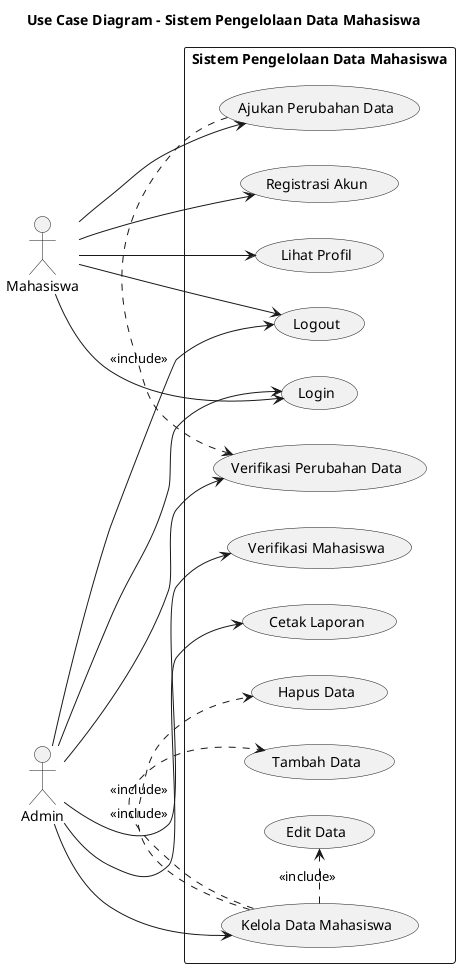
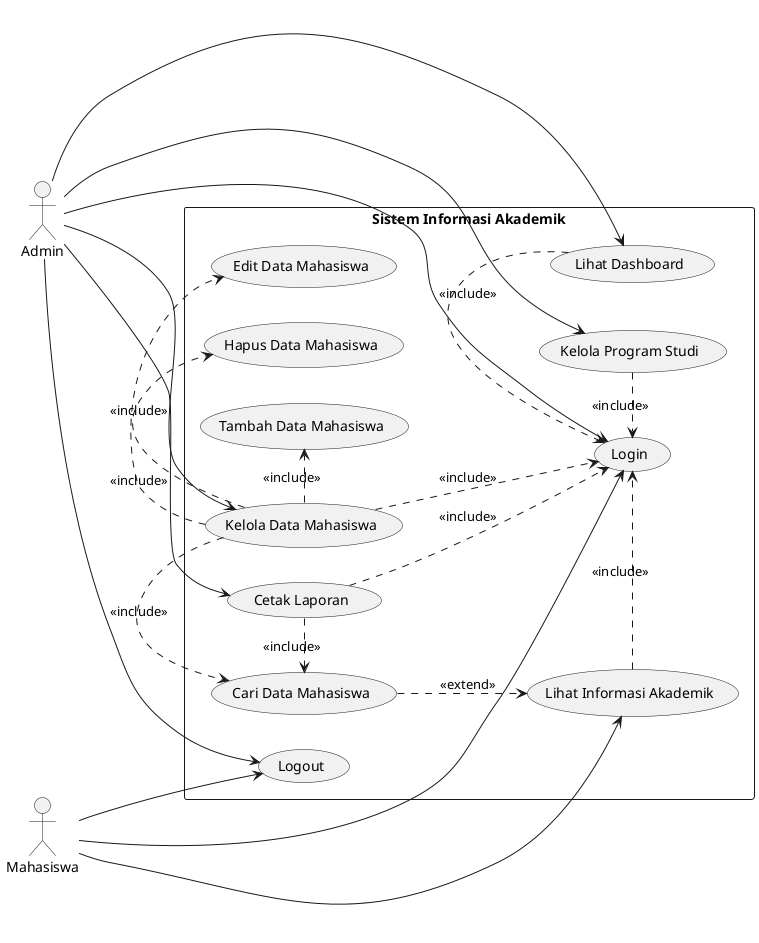
- @startuml UseCase_Diagram
- title Use Case Diagram - Sistem Pengelolaan Data Mahasiswa
- 
+ @startuml
left to right direction

+ actor Admin
actor Mahasiswa
- actor Admin

- rectangle "Sistem Pengelolaan Data Mahasiswa" {
+ rectangle "Sistem Informasi Akademik" {

-   usecase "Registrasi Akun" as UC1
-   usecase "Login" as UC2
-   usecase "Lihat Profil" as UC3
-   usecase "Ajukan Perubahan Data" as UC4
-   usecase "Logout" as UC5
+     usecase "Login" as UC1
+     usecase "Lihat Dashboard" as UC2

-   usecase "Verifikasi Mahasiswa" as UC6
-   usecase "Kelola Data Mahasiswa" as UC7
-   usecase "Cetak Laporan" as UC8
-   usecase "Verifikasi Perubahan Data" as UC12
+     usecase "Kelola Data Mahasiswa" as UC3

-   usecase "Tambah Data" as UC9
-   usecase "Edit Data" as UC10
-   usecase "Hapus Data" as UC11
+     usecase "Tambah Data Mahasiswa" as UC4
+     usecase "Edit Data Mahasiswa" as UC5
+     usecase "Hapus Data Mahasiswa" as UC6
+     usecase "Cari Data Mahasiswa" as UC7
+ 
+     usecase "Cetak Laporan" as UC8
+     usecase "Kelola Program Studi" as UC9
+ 
+     usecase "Lihat Informasi Akademik" as UC10
+     usecase "Logout" as UC11
+ 
}

+ Admin --> UC1
+ Admin --> UC2
+ Admin --> UC3
+ Admin --> UC8
+ Admin --> UC9
+ Admin --> UC11
+ 
Mahasiswa --> UC1
- Mahasiswa --> UC2
- Mahasiswa --> UC3
- Mahasiswa --> UC4
- Mahasiswa --> UC5
+ Mahasiswa --> UC10
+ Mahasiswa --> UC11

- Admin --> UC2
- Admin --> UC6
- Admin --> UC7
- Admin --> UC8
- Admin --> UC12
- Admin --> UC5

- UC7 .> UC9 : <<include>>
- UC7 .> UC10 : <<include>>
- UC7 .> UC11 : <<include>>
+ '========== INCLUDE ==========

- UC4 .> UC12 : <<include>>
+ UC3 .> UC4 : <<include>>
+ UC3 .> UC5 : <<include>>
+ UC3 .> UC6 : <<include>>
+ UC3 .> UC7 : <<include>>
+ 
+ UC2 .> UC1 : <<include>>
+ UC3 .> UC1 : <<include>>
+ UC8 .> UC1 : <<include>>
+ UC9 .> UC1 : <<include>>
+ UC10 .> UC1 : <<include>>
+ 
+ UC8 .> UC7 : <<include>>
+ 
+ 
+ '========== EXTEND ==========
+ 
+ UC7 ..> UC10 : <<extend>>

@enduml